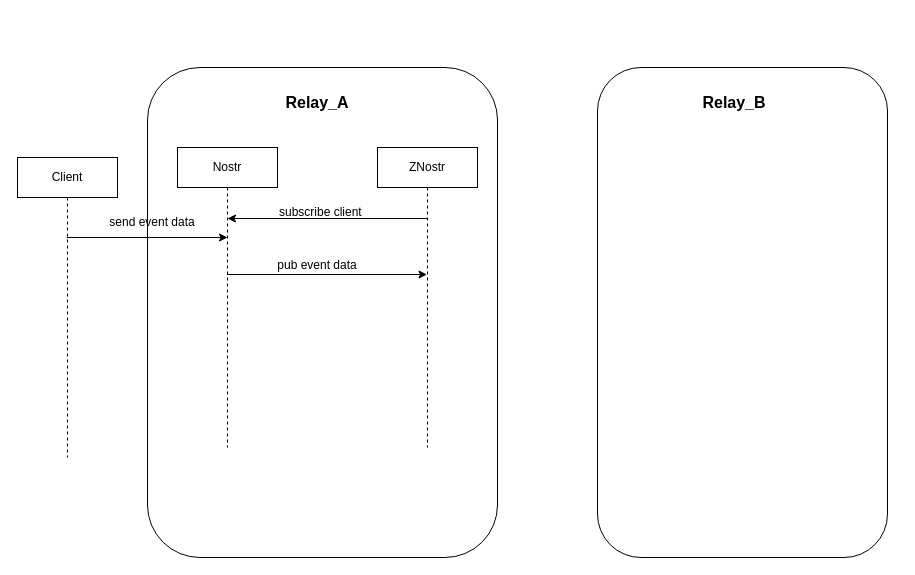
This is 未命名绘图.drawio from sglk123/lingkangsg, a draw.io file, before an edit. Source tidied: cells renumbered, new cells numbered last; positions are measured from the earlier drawing's top-left corner, leaving out a move shared by most shapes. Both pictures are drawn from the tidied source at 100%, with x=0, y=0 at pixel (17, 67).
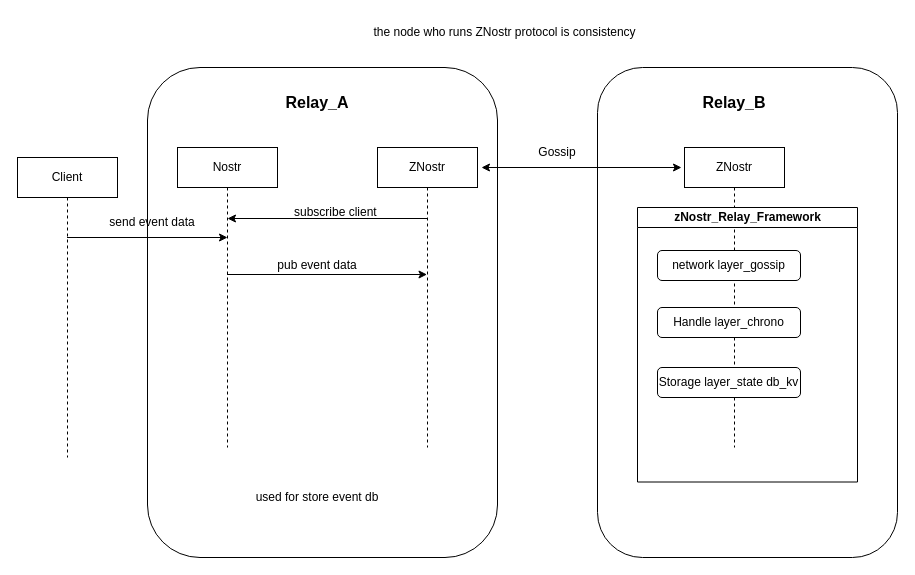
After the change.

Commit message:
更新未命名绘图.drawio

Diff of the diagram source:
```diff
@@
     <mxCell id="10" style="rounded=1;whiteSpace=wrap;html=1;" parent="1" vertex="1">
-      <mxGeometry x="580" width="290" height="490" as="geometry" />
+      <mxGeometry x="580" width="300" height="490" as="geometry" />
     </mxCell>
@@
     <mxCell id="13" value="subscribe client&amp;nbsp;" style="text;html=1;strokeColor=none;fillColor=none;align=center;verticalAlign=middle;whiteSpace=wrap;rounded=0;" parent="1" vertex="1">
-      <mxGeometry x="260" y="130" width="90" height="30" as="geometry" />
+      <mxGeometry x="255" y="130" width="130" height="30" as="geometry" />
     </mxCell>
@@
+    <mxCell id="15" value="ZNostr" style="shape=umlLifeline;perimeter=lifelinePerimeter;whiteSpace=wrap;html=1;newEdgeStyle={&quot;curved&quot;:0,&quot;rounded&quot;:0};" parent="1" vertex="1">
+      <mxGeometry x="667" y="80" width="100" height="300" as="geometry" />
+    </mxCell>
+    <mxCell id="16" style="endArrow=classic;startArrow=classic;html=1;rounded=0;" parent="1" edge="1">
+      <mxGeometry relative="1" as="geometry">
+        <mxPoint x="464" y="100" as="sourcePoint" />
+        <mxPoint x="664" y="100" as="targetPoint" />
+      </mxGeometry>
+    </mxCell>
+    <mxCell id="17" value="Gossip" style="text;html=1;strokeColor=none;fillColor=none;align=center;verticalAlign=middle;whiteSpace=wrap;rounded=0;" parent="1" vertex="1">
+      <mxGeometry x="510" y="70" width="60" height="30" as="geometry" />
+    </mxCell>
+    <mxCell id="18" value="zNostr_Relay_Framework" style="swimlane;html=1;startSize=20;horizontal=1;containerType=tree;glass=0;" parent="1" vertex="1">
+      <mxGeometry x="620" y="140" width="220" height="274.5" as="geometry" />
+    </mxCell>
+    <mxCell id="19" value="network layer_gossip" style="rounded=1;whiteSpace=wrap;html=1;" parent="18" vertex="1">
+      <mxGeometry x="20" y="43" width="143" height="30" as="geometry" />
+    </mxCell>
+    <mxCell id="20" value="Handle layer_chrono" style="rounded=1;whiteSpace=wrap;html=1;" parent="1" vertex="1">
+      <mxGeometry x="640" y="240" width="143" height="30" as="geometry" />
+    </mxCell>
+    <mxCell id="21" value="Storage layer_state db_kv" style="rounded=1;whiteSpace=wrap;html=1;" parent="1" vertex="1">
+      <mxGeometry x="640" y="300" width="143" height="30" as="geometry" />
+    </mxCell>
+    <mxCell id="22" value="used for store event db" style="text;html=1;strokeColor=none;fillColor=none;align=center;verticalAlign=middle;whiteSpace=wrap;rounded=0;" parent="1" vertex="1">
+      <mxGeometry x="225" y="414.5" width="150" height="30" as="geometry" />
+    </mxCell>
+    <mxCell id="23" value="the node who runs ZNostr protocol is consistency" style="text;html=1;strokeColor=none;fillColor=none;align=center;verticalAlign=middle;whiteSpace=wrap;rounded=0;" parent="1" vertex="1">
+      <mxGeometry x="330" y="-50" width="315" height="30" as="geometry" />
+    </mxCell>
```
